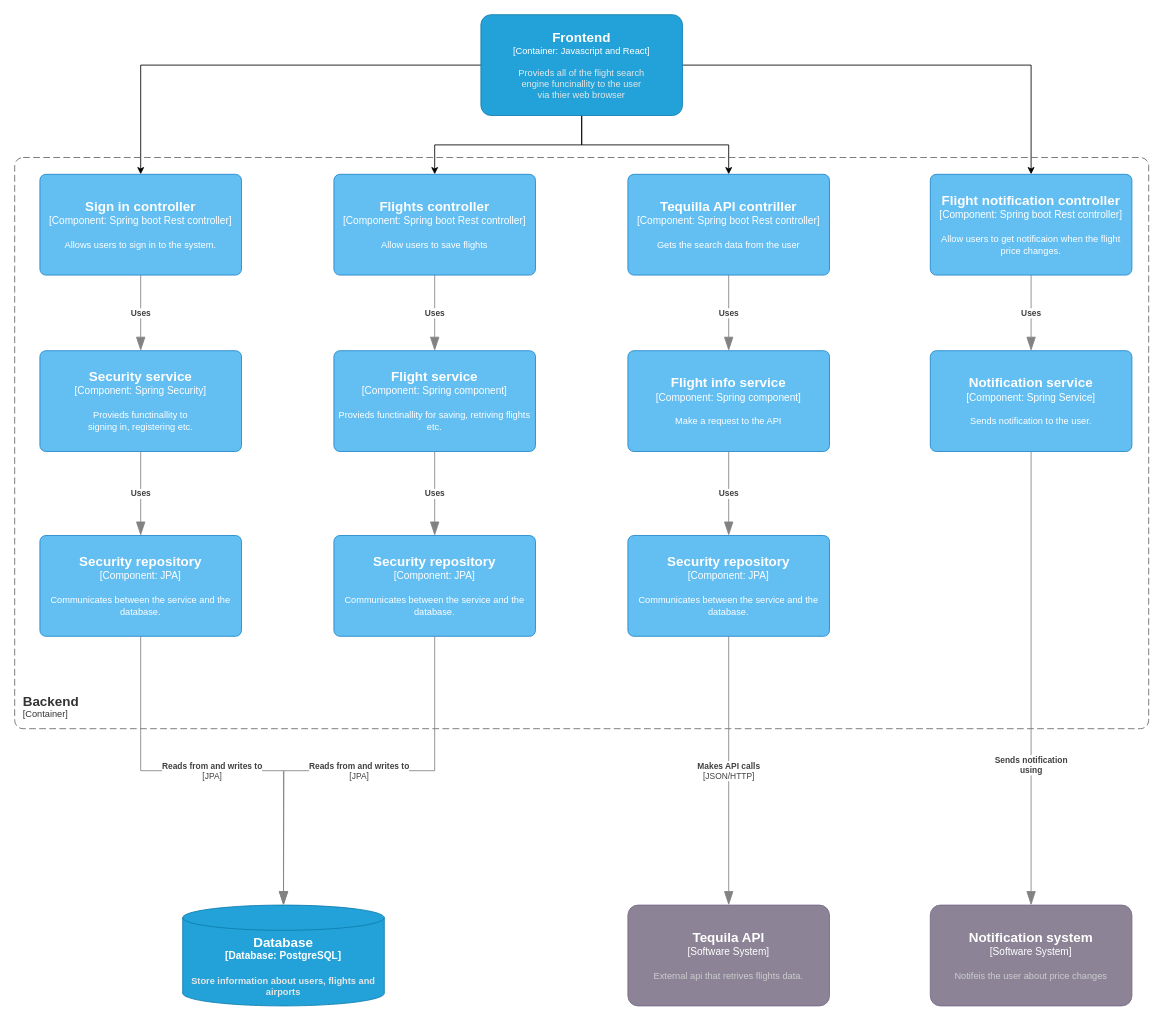
nur1210/flight_search_engine keeps this draw.io diagram as page "C3" (3 of 4) of C4.drawio. Above is the earlier version. Source tidied: cells renumbered, new cells numbered last; positions are measured from the earlier drawing's top-left corner, leaving out a move shared by most shapes. Both pictures are drawn from the tidied source at 84%, with x=0, y=0 at pixel (14, 14).
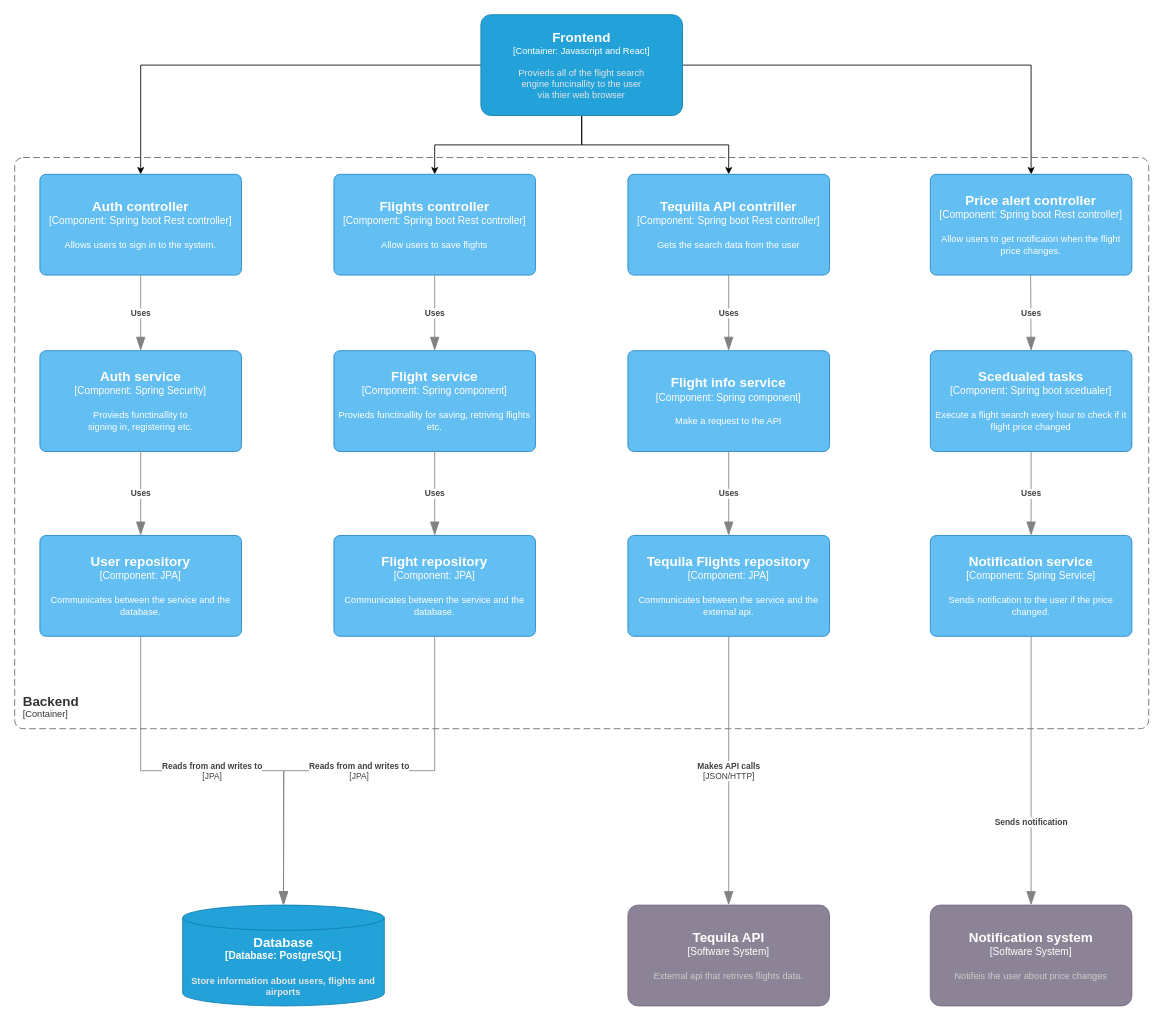
The same diagram, later.

Unchanged cells that the change refers to:
```xml
<object id="9" label="&lt;font style=&quot;font-size: 16px&quot;&gt;&lt;b&gt;%c4Name%&lt;/b&gt;&lt;/font&gt;&lt;div&gt;[%c4Type%]&lt;/div&gt;&lt;br&gt;&lt;div&gt;&lt;font style=&quot;font-size: 11px&quot;&gt;&lt;font color=&quot;#cccccc&quot;&gt;%c4Description%&lt;/font&gt;&lt;/div&gt;" c4Description="Notifeis the user about price changes" c4Name="Notification system" c4Type="Software System" placeholders="1">
  <mxCell style="rounded=1;whiteSpace=wrap;html=1;labelBackgroundColor=none;fillColor=#8C8496;fontColor=#ffffff;align=center;arcSize=10;strokeColor=#736782;points=[[0.25,0,0],[0.5,0,0],[0.75,0,0],[1,0.25,0],[1,0.5,0],[1,0.75,0],[0.75,1,0],[0.5,1,0],[0.25,1,0],[0,0.75,0],[0,0.5,0],[0,0.25,0]];" parent="1" vertex="1">
    <mxGeometry x="1090" y="1060" width="240" height="120" as="geometry" />
  </mxCell>
</object>
```

The edit, as a diff of the source:
```diff
@@
-    <object id="10" label="&lt;font style=&quot;font-size: 16px&quot;&gt;&lt;b&gt;%c4Name%&lt;/b&gt;&lt;/font&gt;&lt;div&gt;[%c4Type%: %c4Technology%]&lt;/div&gt;&lt;br&gt;&lt;div&gt;&lt;font style=&quot;font-size: 11px&quot;&gt;%c4Description%&lt;/font&gt;&lt;/div&gt;" c4Description="Allows users to sign in to the system. " c4Name="Sign in controller" c4Technology="Spring boot Rest controller" c4Type="Component" placeholders="1">
+    <object id="10" label="&lt;font style=&quot;font-size: 16px&quot;&gt;&lt;b&gt;%c4Name%&lt;/b&gt;&lt;/font&gt;&lt;div&gt;[%c4Type%: %c4Technology%]&lt;/div&gt;&lt;br&gt;&lt;div&gt;&lt;font style=&quot;font-size: 11px&quot;&gt;%c4Description%&lt;/font&gt;&lt;/div&gt;" c4Description="Allows users to sign in to the system. " c4Name="Auth controller" c4Technology="Spring boot Rest controller" c4Type="Component" placeholders="1">
       <mxCell style="rounded=1;whiteSpace=wrap;html=1;labelBackgroundColor=none;fillColor=#63BEF2;fontColor=#ffffff;align=center;arcSize=6;strokeColor=#2086C9;points=[[0.25,0,0],[0.5,0,0],[0.75,0,0],[1,0.25,0],[1,0.5,0],[1,0.75,0],[0.75,1,0],[0.5,1,0],[0.25,1,0],[0,0.75,0],[0,0.5,0],[0,0.25,0]];" parent="1" vertex="1">
         <mxGeometry x="30" y="190" width="240" height="120" as="geometry" />
       </mxCell>
     </object>
-    <object id="11" label="&lt;font style=&quot;font-size: 16px&quot;&gt;&lt;b&gt;%c4Name%&lt;/b&gt;&lt;/font&gt;&lt;div&gt;[%c4Type%: %c4Technology%]&lt;/div&gt;&lt;br&gt;&lt;div&gt;&lt;font style=&quot;font-size: 11px&quot;&gt;%c4Description%&lt;/font&gt;&lt;/div&gt;" c4Description="Provieds functinallity to &#10;signing in, registering etc." c4Name="Security service" c4Technology="Spring Security" c4Type="Component" placeholders="1">
+    <object id="11" label="&lt;font style=&quot;font-size: 16px&quot;&gt;&lt;b&gt;%c4Name%&lt;/b&gt;&lt;/font&gt;&lt;div&gt;[%c4Type%: %c4Technology%]&lt;/div&gt;&lt;br&gt;&lt;div&gt;&lt;font style=&quot;font-size: 11px&quot;&gt;%c4Description%&lt;/font&gt;&lt;/div&gt;" c4Description="Provieds functinallity to &#10;signing in, registering etc." c4Name="Auth service" c4Technology="Spring Security" c4Type="Component" placeholders="1">
       <mxCell style="rounded=1;whiteSpace=wrap;html=1;labelBackgroundColor=none;fillColor=#63BEF2;fontColor=#ffffff;align=center;arcSize=6;strokeColor=#2086C9;points=[[0.25,0,0],[0.5,0,0],[0.75,0,0],[1,0.25,0],[1,0.5,0],[1,0.75,0],[0.75,1,0],[0.5,1,0],[0.25,1,0],[0,0.75,0],[0,0.5,0],[0,0.25,0]];" parent="1" vertex="1">
         <mxGeometry x="30" y="400" width="240" height="120" as="geometry" />
       </mxCell>
     </object>
@@
-    <object id="14" label="&lt;font style=&quot;font-size: 16px&quot;&gt;&lt;b&gt;%c4Name%&lt;/b&gt;&lt;/font&gt;&lt;div&gt;[%c4Type%: %c4Technology%]&lt;/div&gt;&lt;br&gt;&lt;div&gt;&lt;font style=&quot;font-size: 11px&quot;&gt;%c4Description%&lt;/font&gt;&lt;/div&gt;" c4Description="Allow users to get notificaion when the flight price changes." c4Name="Flight notification controller" c4Technology="Spring boot Rest controller" c4Type="Component" placeholders="1">
+    <object id="14" label="&lt;font style=&quot;font-size: 16px&quot;&gt;&lt;b&gt;%c4Name%&lt;/b&gt;&lt;/font&gt;&lt;div&gt;[%c4Type%: %c4Technology%]&lt;/div&gt;&lt;br&gt;&lt;div&gt;&lt;font style=&quot;font-size: 11px&quot;&gt;%c4Description%&lt;/font&gt;&lt;/div&gt;" c4Description="Allow users to get notificaion when the flight price changes." c4Name="Price alert controller" c4Technology="Spring boot Rest controller" c4Type="Component" placeholders="1">
       <mxCell style="rounded=1;whiteSpace=wrap;html=1;labelBackgroundColor=none;fillColor=#63BEF2;fontColor=#ffffff;align=center;arcSize=6;strokeColor=#2086C9;points=[[0.25,0,0],[0.5,0,0],[0.75,0,0],[1,0.25,0],[1,0.5,0],[1,0.75,0],[0.75,1,0],[0.5,1,0],[0.25,1,0],[0,0.75,0],[0,0.5,0],[0,0.25,0]];" parent="1" vertex="1">
         <mxGeometry x="1090" y="190" width="240" height="120" as="geometry" />
       </mxCell>
     </object>
-    <object id="15" label="&lt;font style=&quot;font-size: 16px&quot;&gt;&lt;b&gt;%c4Name%&lt;/b&gt;&lt;/font&gt;&lt;div&gt;[%c4Type%: %c4Technology%]&lt;/div&gt;&lt;br&gt;&lt;div&gt;&lt;font style=&quot;font-size: 11px&quot;&gt;%c4Description%&lt;/font&gt;&lt;/div&gt;" c4Description="Sends notification to the user. " c4Name="Notification service" c4Technology="Spring Service" c4Type="Component" placeholders="1">
+    <object id="15" label="&lt;font style=&quot;font-size: 16px&quot;&gt;&lt;b&gt;%c4Name%&lt;/b&gt;&lt;/font&gt;&lt;div&gt;[%c4Type%: %c4Technology%]&lt;/div&gt;&lt;br&gt;&lt;div&gt;&lt;font style=&quot;font-size: 11px&quot;&gt;%c4Description%&lt;/font&gt;&lt;/div&gt;" c4Description="Sends notification to the user if the price changed." c4Name="Notification service" c4Technology="Spring Service" c4Type="Component" placeholders="1">
       <mxCell style="rounded=1;whiteSpace=wrap;html=1;labelBackgroundColor=none;fillColor=#63BEF2;fontColor=#ffffff;align=center;arcSize=6;strokeColor=#2086C9;points=[[0.25,0,0],[0.5,0,0],[0.75,0,0],[1,0.25,0],[1,0.5,0],[1,0.75,0],[0.75,1,0],[0.5,1,0],[0.25,1,0],[0,0.75,0],[0,0.5,0],[0,0.25,0]];" parent="1" vertex="1">
-        <mxGeometry x="1090" y="400" width="240" height="120" as="geometry" />
+        <mxGeometry x="1090" y="620" width="240" height="120" as="geometry" />
       </mxCell>
     </object>
@@
     <object id="19" label="&lt;div style=&quot;text-align: left&quot;&gt;&lt;div style=&quot;text-align: center&quot;&gt;&lt;b&gt;%c4Description%&lt;/b&gt;&lt;/div&gt;" c4Description="Uses" placeholders="1">
-      <mxCell style="endArrow=blockThin;html=1;fontSize=10;fontColor=#404040;strokeWidth=1;endFill=1;strokeColor=#828282;elbow=vertical;endSize=14;startSize=14;jumpStyle=arc;jumpSize=16;rounded=0;edgeStyle=orthogonalEdgeStyle;exitX=0.5;exitY=1;exitDx=0;exitDy=0;exitPerimeter=0;entryX=0.5;entryY=0;entryDx=0;entryDy=0;entryPerimeter=0;" parent="1" edge="1" source="14" target="15">
+      <mxCell style="endArrow=blockThin;html=1;fontSize=10;fontColor=#404040;strokeWidth=1;endFill=1;strokeColor=#828282;elbow=vertical;endSize=14;startSize=14;jumpStyle=arc;jumpSize=16;rounded=0;edgeStyle=orthogonalEdgeStyle;entryX=0.5;entryY=0;entryDx=0;entryDy=0;entryPerimeter=0;exitX=0.5;exitY=1;exitDx=0;exitDy=0;exitPerimeter=0;" parent="1" edge="1" source="33" target="15">
         <mxGeometry relative="1" as="geometry" />
       </mxCell>
     </object>
-    <object id="20" label="&lt;div style=&quot;text-align: left&quot;&gt;&lt;div style=&quot;text-align: center&quot;&gt;&lt;b&gt;%c4Description%&lt;/b&gt;&lt;/div&gt;" c4Description="Sends notification &#10;using" placeholders="1">
+    <object id="20" label="&lt;div style=&quot;text-align: left&quot;&gt;&lt;div style=&quot;text-align: center&quot;&gt;&lt;b&gt;%c4Description%&lt;/b&gt;&lt;/div&gt;" c4Description="Sends notification " placeholders="1">
       <mxCell style="endArrow=blockThin;html=1;fontSize=10;fontColor=#404040;strokeWidth=1;endFill=1;strokeColor=#828282;elbow=vertical;endSize=14;startSize=14;jumpStyle=arc;jumpSize=16;rounded=0;edgeStyle=orthogonalEdgeStyle;exitX=0.5;exitY=1;exitDx=0;exitDy=0;exitPerimeter=0;entryX=0.5;entryY=0;entryDx=0;entryDy=0;entryPerimeter=0;" parent="1" edge="1" source="15" target="9">
         <mxGeometry x="0.38" relative="1" as="geometry" />
       </mxCell>
     </object>
@@
-    <object id="24" label="&lt;font style=&quot;font-size: 16px&quot;&gt;&lt;b&gt;%c4Name%&lt;/b&gt;&lt;/font&gt;&lt;div&gt;[%c4Type%: %c4Technology%]&lt;/div&gt;&lt;br&gt;&lt;div&gt;&lt;font style=&quot;font-size: 11px&quot;&gt;%c4Description%&lt;/font&gt;&lt;/div&gt;" c4Description="Communicates between the service and the database." c4Name="Security repository" c4Technology="JPA" c4Type="Component" placeholders="1">
+    <object id="24" label="&lt;font style=&quot;font-size: 16px&quot;&gt;&lt;b&gt;%c4Name%&lt;/b&gt;&lt;/font&gt;&lt;div&gt;[%c4Type%: %c4Technology%]&lt;/div&gt;&lt;br&gt;&lt;div&gt;&lt;font style=&quot;font-size: 11px&quot;&gt;%c4Description%&lt;/font&gt;&lt;/div&gt;" c4Description="Communicates between the service and the database." c4Name="User repository" c4Technology="JPA" c4Type="Component" placeholders="1">
       <mxCell style="rounded=1;whiteSpace=wrap;html=1;labelBackgroundColor=none;fillColor=#63BEF2;fontColor=#ffffff;align=center;arcSize=6;strokeColor=#2086C9;points=[[0.25,0,0],[0.5,0,0],[0.75,0,0],[1,0.25,0],[1,0.5,0],[1,0.75,0],[0.75,1,0],[0.5,1,0],[0.25,1,0],[0,0.75,0],[0,0.5,0],[0,0.25,0]];" parent="1" vertex="1">
         <mxGeometry x="30" y="620" width="240" height="120" as="geometry" />
       </mxCell>
     </object>
-    <object id="25" label="&lt;font style=&quot;font-size: 16px&quot;&gt;&lt;b&gt;%c4Name%&lt;/b&gt;&lt;/font&gt;&lt;div&gt;[%c4Type%: %c4Technology%]&lt;/div&gt;&lt;br&gt;&lt;div&gt;&lt;font style=&quot;font-size: 11px&quot;&gt;%c4Description%&lt;/font&gt;&lt;/div&gt;" c4Description="Communicates between the service and the database." c4Name="Security repository" c4Technology="JPA" c4Type="Component" placeholders="1">
+    <object id="25" label="&lt;font style=&quot;font-size: 16px&quot;&gt;&lt;b&gt;%c4Name%&lt;/b&gt;&lt;/font&gt;&lt;div&gt;[%c4Type%: %c4Technology%]&lt;/div&gt;&lt;br&gt;&lt;div&gt;&lt;font style=&quot;font-size: 11px&quot;&gt;%c4Description%&lt;/font&gt;&lt;/div&gt;" c4Description="Communicates between the service and the database." c4Name="Flight repository" c4Technology="JPA" c4Type="Component" placeholders="1">
       <mxCell style="rounded=1;whiteSpace=wrap;html=1;labelBackgroundColor=none;fillColor=#63BEF2;fontColor=#ffffff;align=center;arcSize=6;strokeColor=#2086C9;points=[[0.25,0,0],[0.5,0,0],[0.75,0,0],[1,0.25,0],[1,0.5,0],[1,0.75,0],[0.75,1,0],[0.5,1,0],[0.25,1,0],[0,0.75,0],[0,0.5,0],[0,0.25,0]];" parent="1" vertex="1">
         <mxGeometry x="380" y="620" width="240" height="120" as="geometry" />
       </mxCell>
     </object>
-    <object id="26" label="&lt;font style=&quot;font-size: 16px&quot;&gt;&lt;b&gt;%c4Name%&lt;/b&gt;&lt;/font&gt;&lt;div&gt;[%c4Type%: %c4Technology%]&lt;/div&gt;&lt;br&gt;&lt;div&gt;&lt;font style=&quot;font-size: 11px&quot;&gt;%c4Description%&lt;/font&gt;&lt;/div&gt;" c4Description="Communicates between the service and the database." c4Name="Security repository" c4Technology="JPA" c4Type="Component" placeholders="1">
+    <object id="26" label="&lt;font style=&quot;font-size: 16px&quot;&gt;&lt;b&gt;%c4Name%&lt;/b&gt;&lt;/font&gt;&lt;div&gt;[%c4Type%: %c4Technology%]&lt;/div&gt;&lt;br&gt;&lt;div&gt;&lt;font style=&quot;font-size: 11px&quot;&gt;%c4Description%&lt;/font&gt;&lt;/div&gt;" c4Description="Communicates between the service and the external api." c4Name="Tequila Flights repository" c4Technology="JPA" c4Type="Component" placeholders="1">
       <mxCell style="rounded=1;whiteSpace=wrap;html=1;labelBackgroundColor=none;fillColor=#63BEF2;fontColor=#ffffff;align=center;arcSize=6;strokeColor=#2086C9;points=[[0.25,0,0],[0.5,0,0],[0.75,0,0],[1,0.25,0],[1,0.5,0],[1,0.75,0],[0.75,1,0],[0.5,1,0],[0.25,1,0],[0,0.75,0],[0,0.5,0],[0,0.25,0]];" parent="1" vertex="1">
         <mxGeometry x="730" y="620" width="240" height="120" as="geometry" />
       </mxCell>
     </object>
@@
+    <object id="33" label="&lt;font style=&quot;font-size: 16px&quot;&gt;&lt;b&gt;%c4Name%&lt;/b&gt;&lt;/font&gt;&lt;div&gt;[%c4Type%: %c4Technology%]&lt;/div&gt;&lt;br&gt;&lt;div&gt;&lt;font style=&quot;font-size: 11px&quot;&gt;%c4Description%&lt;/font&gt;&lt;/div&gt;" c4Description="Execute a flight search every hour to check if it flight price changed" c4Name="Scedualed tasks" c4Technology="Spring boot scedualer" c4Type="Component" placeholders="1">
+      <mxCell style="rounded=1;whiteSpace=wrap;html=1;labelBackgroundColor=none;fillColor=#63BEF2;fontColor=#ffffff;align=center;arcSize=6;strokeColor=#2086C9;points=[[0.25,0,0],[0.5,0,0],[0.75,0,0],[1,0.25,0],[1,0.5,0],[1,0.75,0],[0.75,1,0],[0.5,1,0],[0.25,1,0],[0,0.75,0],[0,0.5,0],[0,0.25,0]];" parent="1" vertex="1">
+        <mxGeometry x="1090" y="400" width="240" height="120" as="geometry" />
+      </mxCell>
+    </object>
+    <object id="34" label="&lt;div style=&quot;text-align: left&quot;&gt;&lt;div style=&quot;text-align: center&quot;&gt;&lt;b&gt;%c4Description%&lt;/b&gt;&lt;/div&gt;" c4Description="Uses" placeholders="1">
+      <mxCell style="endArrow=blockThin;html=1;fontSize=10;fontColor=#404040;strokeWidth=1;endFill=1;strokeColor=#828282;elbow=vertical;endSize=14;startSize=14;jumpStyle=arc;jumpSize=16;rounded=0;edgeStyle=orthogonalEdgeStyle;exitX=0.5;exitY=1;exitDx=0;exitDy=0;exitPerimeter=0;" parent="1" edge="1">
+        <mxGeometry relative="1" as="geometry">
+          <mxPoint x="1209.5" y="310" as="sourcePoint" />
+          <mxPoint x="1210" y="400" as="targetPoint" />
+          <Array as="points">
+            <mxPoint x="1210" y="330" />
+            <mxPoint x="1210" y="330" />
+          </Array>
+        </mxGeometry>
+      </mxCell>
+    </object>
```
